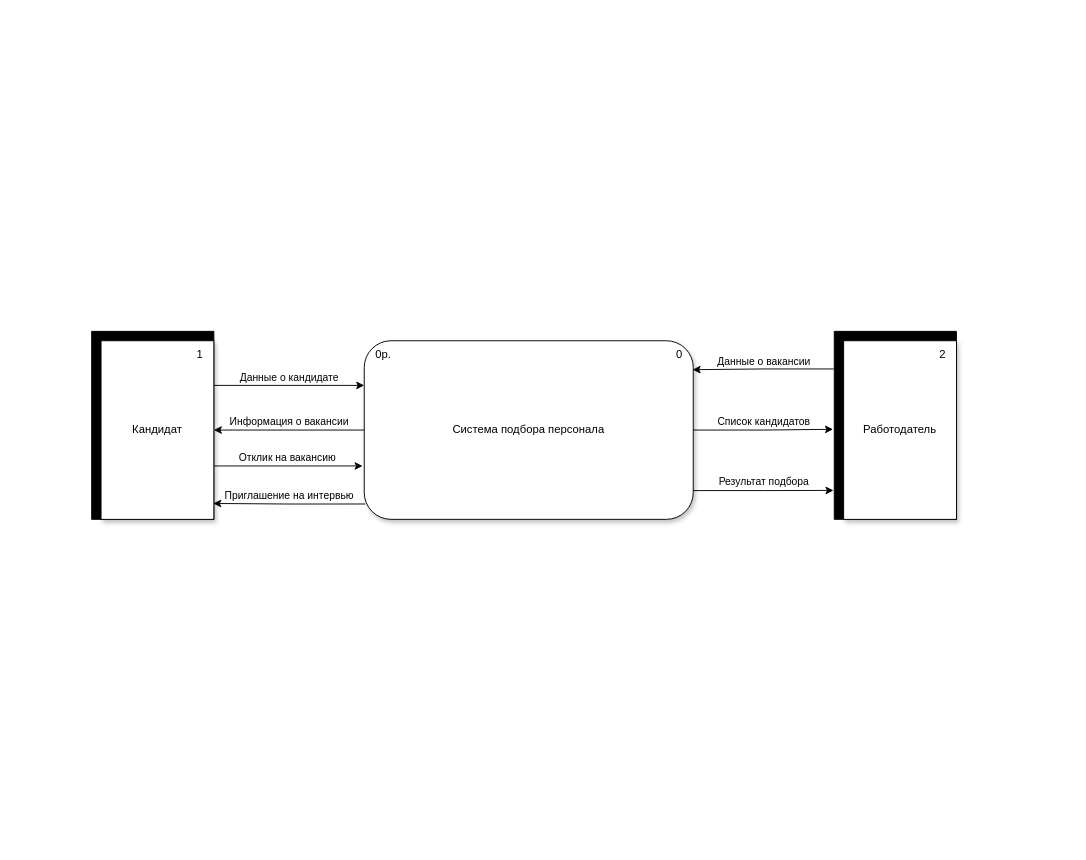
Earlier version of the draw.io diagram page "DFD Level 0" (1 of 2) of DFD.drawio (Regdal-cyber/Coursework). Source tidied: cells renumbered, new cells numbered last; positions are measured from the earlier drawing's top-left corner, leaving out a move shared by most shapes. Both pictures are drawn from the tidied source at 94%, with x=0, y=0 at pixel (91, 331).
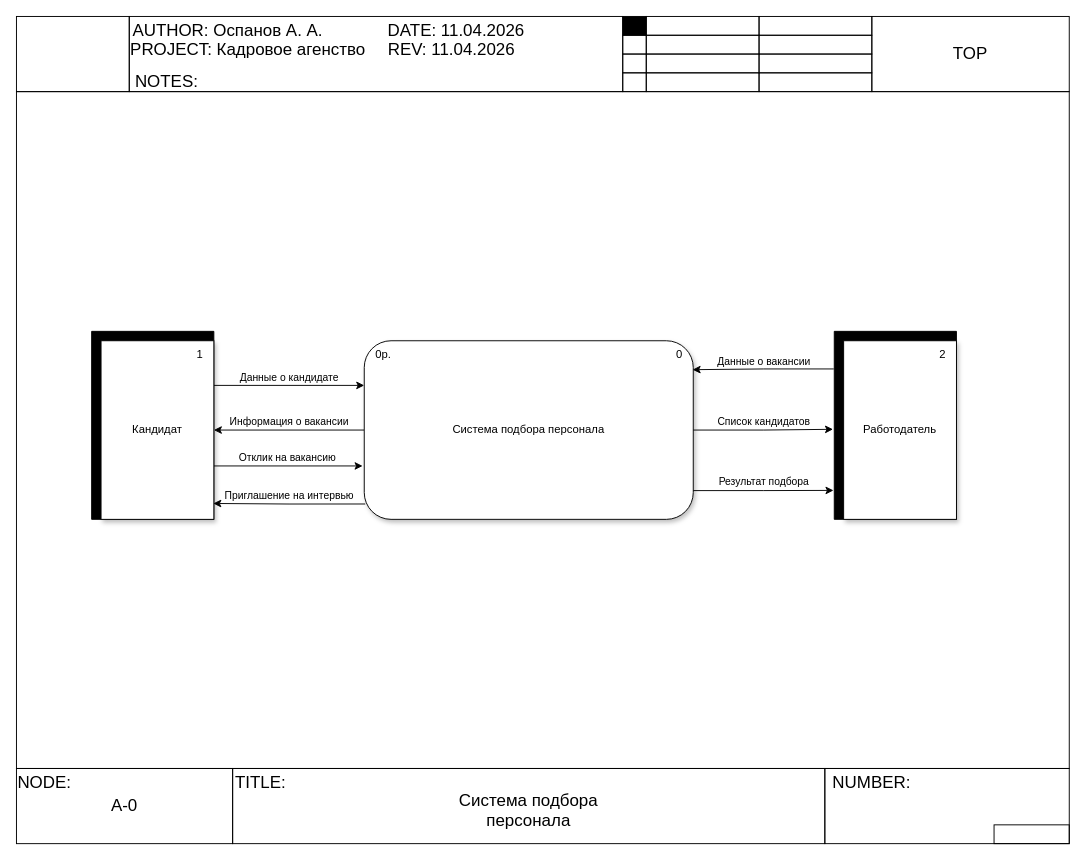
After the change.

Diff of the diagram source:
```diff
@@
+    <mxCell id="18" style="rounded=0;whiteSpace=wrap;html=1;fillColor=none;" parent="1" vertex="1">
+      <mxGeometry x="-80" y="-255" width="1120" height="720" as="geometry" />
+    </mxCell>
@@
+    <mxCell id="19" style="rounded=0;whiteSpace=wrap;html=1;fillColor=none;" parent="1" vertex="1">
+      <mxGeometry x="-80" y="465" width="230" height="80" as="geometry" />
+    </mxCell>
+    <mxCell id="20" value="NODE:" style="text;html=1;align=center;verticalAlign=middle;whiteSpace=wrap;rounded=0;fontSize=18;" parent="1" vertex="1">
+      <mxGeometry x="-80" y="465" width="60" height="30" as="geometry" />
+    </mxCell>
+    <mxCell id="21" value="A-0" style="text;html=1;align=center;verticalAlign=middle;whiteSpace=wrap;rounded=0;fontSize=18;" parent="1" vertex="1">
+      <mxGeometry x="5" y="490" width="60" height="30" as="geometry" />
+    </mxCell>
+    <mxCell id="22" style="rounded=0;whiteSpace=wrap;html=1;fillColor=none;" parent="1" vertex="1">
+      <mxGeometry x="150" y="465" width="630" height="80" as="geometry" />
+    </mxCell>
+    <mxCell id="23" style="rounded=0;whiteSpace=wrap;html=1;fillColor=none;" parent="1" vertex="1">
+      <mxGeometry x="780" y="465" width="260" height="80" as="geometry" />
+    </mxCell>
+    <mxCell id="24" value="TITLE:" style="text;html=1;align=center;verticalAlign=middle;whiteSpace=wrap;rounded=0;fontSize=18;" parent="1" vertex="1">
+      <mxGeometry x="150" y="465" width="60" height="30" as="geometry" />
+    </mxCell>
+    <mxCell id="25" value="Система подбора персонала" style="text;html=1;align=center;verticalAlign=middle;whiteSpace=wrap;rounded=0;fontSize=18;" parent="1" vertex="1">
+      <mxGeometry x="360" y="495" width="210" height="30" as="geometry" />
+    </mxCell>
+    <mxCell id="26" value="NUMBER:" style="text;html=1;align=center;verticalAlign=middle;whiteSpace=wrap;rounded=0;fontSize=18;" parent="1" vertex="1">
+      <mxGeometry x="800" y="465" width="60" height="30" as="geometry" />
+    </mxCell>
+    <mxCell id="27" style="rounded=0;whiteSpace=wrap;html=1;fillColor=none;" parent="1" vertex="1">
+      <mxGeometry x="960" y="525" width="80" height="20" as="geometry" />
+    </mxCell>
+    <mxCell id="28" style="rounded=0;whiteSpace=wrap;html=1;fillColor=none;" parent="1" vertex="1">
+      <mxGeometry x="830" y="-335" width="210" height="80" as="geometry" />
+    </mxCell>
+    <mxCell id="29" style="rounded=0;whiteSpace=wrap;html=1;fillColor=none;" parent="1" vertex="1">
+      <mxGeometry x="710" y="-275" width="120" height="20" as="geometry" />
+    </mxCell>
+    <mxCell id="30" style="rounded=0;whiteSpace=wrap;html=1;fillColor=none;" parent="1" vertex="1">
+      <mxGeometry x="590" y="-275" width="120" height="20" as="geometry" />
+    </mxCell>
+    <mxCell id="31" style="rounded=0;whiteSpace=wrap;html=1;fillColor=none;" parent="1" vertex="1">
+      <mxGeometry x="710" y="-295" width="120" height="20" as="geometry" />
+    </mxCell>
+    <mxCell id="32" style="rounded=0;whiteSpace=wrap;html=1;fillColor=none;" parent="1" vertex="1">
+      <mxGeometry x="590" y="-295" width="120" height="20" as="geometry" />
+    </mxCell>
+    <mxCell id="33" style="rounded=0;whiteSpace=wrap;html=1;fillColor=none;" parent="1" vertex="1">
+      <mxGeometry x="710" y="-315" width="120" height="20" as="geometry" />
+    </mxCell>
+    <mxCell id="34" style="rounded=0;whiteSpace=wrap;html=1;fillColor=none;" parent="1" vertex="1">
+      <mxGeometry x="590" y="-315" width="120" height="20" as="geometry" />
+    </mxCell>
+    <mxCell id="35" style="rounded=0;whiteSpace=wrap;html=1;fillColor=none;" parent="1" vertex="1">
+      <mxGeometry x="710" y="-335" width="120" height="20" as="geometry" />
+    </mxCell>
+    <mxCell id="36" style="rounded=0;whiteSpace=wrap;html=1;fillColor=none;" parent="1" vertex="1">
+      <mxGeometry x="590" y="-335" width="120" height="20" as="geometry" />
+    </mxCell>
+    <mxCell id="37" style="rounded=0;whiteSpace=wrap;html=1;fillColor=#000000;" parent="1" vertex="1">
+      <mxGeometry x="565" y="-335" width="25" height="20" as="geometry" />
+    </mxCell>
+    <mxCell id="38" style="rounded=0;whiteSpace=wrap;html=1;fillColor=none;" parent="1" vertex="1">
+      <mxGeometry x="565" y="-315" width="25" height="20" as="geometry" />
+    </mxCell>
+    <mxCell id="39" style="rounded=0;whiteSpace=wrap;html=1;fillColor=none;" parent="1" vertex="1">
+      <mxGeometry x="565" y="-295" width="25" height="20" as="geometry" />
+    </mxCell>
+    <mxCell id="40" style="rounded=0;whiteSpace=wrap;html=1;fillColor=none;" parent="1" vertex="1">
+      <mxGeometry x="565" y="-275" width="25" height="20" as="geometry" />
+    </mxCell>
+    <mxCell id="41" style="rounded=0;whiteSpace=wrap;html=1;fillColor=none;" parent="1" vertex="1">
+      <mxGeometry x="40" y="-335" width="525" height="80" as="geometry" />
+    </mxCell>
+    <mxCell id="42" style="rounded=0;whiteSpace=wrap;html=1;fillColor=none;" parent="1" vertex="1">
+      <mxGeometry x="-80" y="-335" width="120" height="80" as="geometry" />
+    </mxCell>
+    <mxCell id="43" value="AUTHOR: Оспанов А. А." style="text;html=1;align=center;verticalAlign=middle;whiteSpace=wrap;rounded=0;fontSize=18;" parent="1" vertex="1">
+      <mxGeometry x="40" y="-335" width="210" height="30" as="geometry" />
+    </mxCell>
+    <mxCell id="44" value="&amp;nbsp;PROJECT: Кадровое агенство" style="text;html=1;align=center;verticalAlign=middle;whiteSpace=wrap;rounded=0;fontSize=18;" parent="1" vertex="1">
+      <mxGeometry x="34" y="-315" width="260" height="30" as="geometry" />
+    </mxCell>
+    <mxCell id="45" value="NOTES:" style="text;html=1;align=center;verticalAlign=middle;whiteSpace=wrap;rounded=0;fontSize=18;" parent="1" vertex="1">
+      <mxGeometry x="30" y="-280" width="100" height="30" as="geometry" />
+    </mxCell>
+    <mxCell id="46" value="DATE: 11.04.2026" style="text;html=1;align=center;verticalAlign=middle;whiteSpace=wrap;rounded=0;fontSize=18;" parent="1" vertex="1">
+      <mxGeometry x="310" y="-335" width="156" height="30" as="geometry" />
+    </mxCell>
+    <mxCell id="47" value="REV: 11.04.2026" style="text;html=1;align=center;verticalAlign=middle;whiteSpace=wrap;rounded=0;fontSize=18;" parent="1" vertex="1">
+      <mxGeometry x="313" y="-315" width="140" height="30" as="geometry" />
+    </mxCell>
+    <mxCell id="48" value="TOP" style="text;html=1;align=center;verticalAlign=middle;whiteSpace=wrap;rounded=0;fontSize=18;" parent="1" vertex="1">
+      <mxGeometry x="885" y="-310" width="100" height="30" as="geometry" />
+    </mxCell>
```
